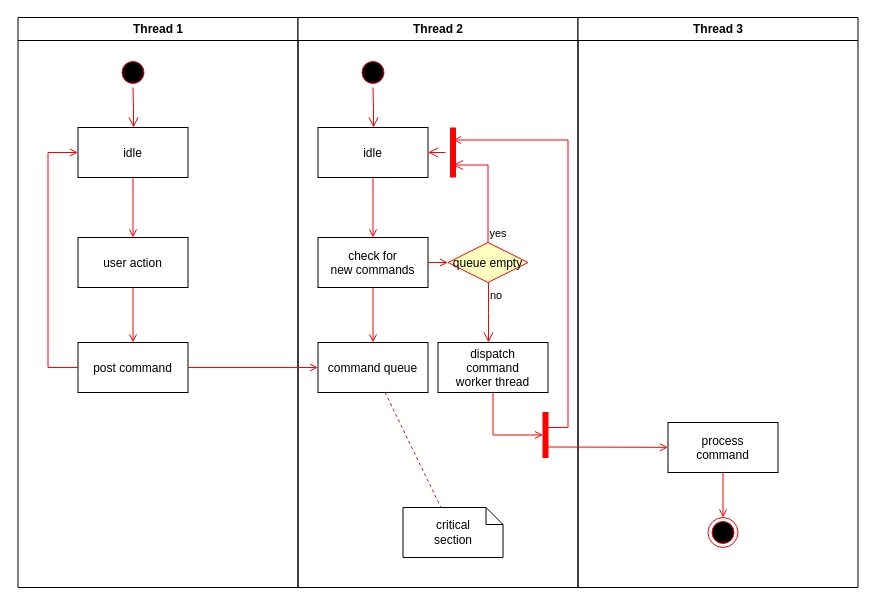
Before: Diagrama sin título.drawio in hegisa00/Diagramas, a draw.io diagram. Source tidied: cells renumbered, new cells numbered last; positions are measured from the earlier drawing's top-left corner, leaving out a move shared by most shapes. Both pictures are drawn from the tidied source at 100%, with x=0, y=0 at pixel (17, 17).
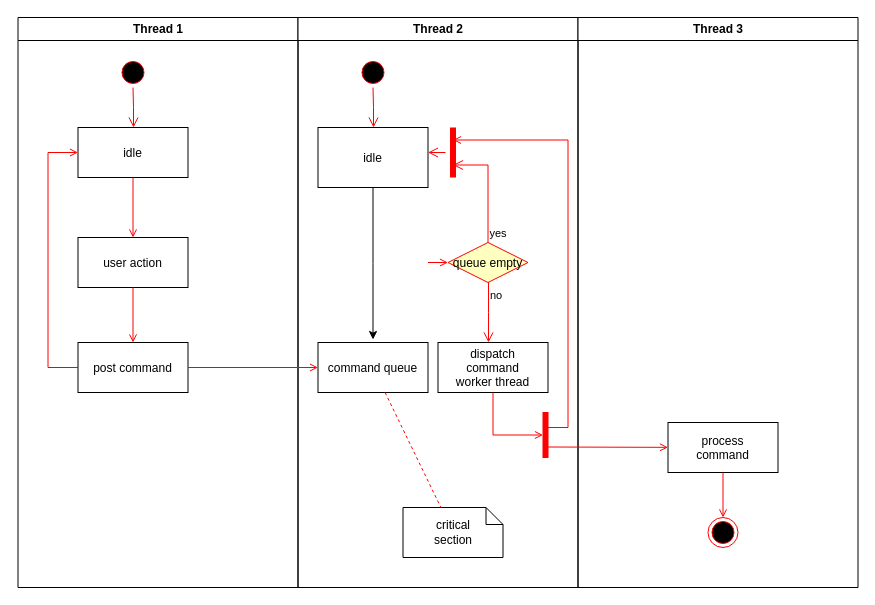
After the change.

The change refers to these unchanged cells:
```xml
<mxCell id="11" value="Thread 2" style="swimlane;whiteSpace=wrap;" parent="1" vertex="1">
  <mxGeometry x="280.5" width="280" height="570" as="geometry" />
</mxCell>
<mxCell id="17" value="command queue" parent="11" vertex="1">
  <mxGeometry x="20" y="325" width="110" height="50" as="geometry" />
</mxCell>
<mxCell id="19" value="queue empty" style="rhombus;fillColor=#ffffc0;strokeColor=#ff0000;" parent="11" vertex="1">
  <mxGeometry x="150" y="225" width="80" height="40" as="geometry" />
</mxCell>
```

Change to the diagram source:
```diff
@@
+    <mxCell id="37" style="edgeStyle=orthogonalEdgeStyle;rounded=0;jettySize=auto;html=1;" parent="11" edge="1" source="14">
+      <mxGeometry relative="1" as="geometry">
+        <mxPoint x="75" y="322" as="targetPoint" />
+      </mxGeometry>
+    </mxCell>
     <mxCell id="14" value="idle" parent="11" vertex="1">
-      <mxGeometry x="20" y="110" width="110" height="50" as="geometry" />
+      <mxGeometry x="20" y="110" width="110" height="60" as="geometry" />
     </mxCell>
-    <mxCell id="15" value="check for &#10;new commands" parent="11" vertex="1">
-      <mxGeometry x="20" y="220" width="110" height="50" as="geometry" />
-    </mxCell>
-    <mxCell id="16" style="endArrow=open;strokeColor=#FF0000;endFill=1;rounded=0;" parent="11" edge="1" source="14" target="15">
-      <mxGeometry relative="1" as="geometry" />
-    </mxCell>
@@
-    <mxCell id="18" style="endArrow=open;strokeColor=#FF0000;endFill=1;rounded=0;" parent="11" edge="1" source="15" target="17">
-      <mxGeometry relative="1" as="geometry" />
-    </mxCell>
@@
-    <mxCell id="22" style="endArrow=open;strokeColor=#FF0000;endFill=1;rounded=0;" parent="11" edge="1" source="15" target="19">
-      <mxGeometry relative="1" as="geometry" />
+    <mxCell id="22" style="endArrow=open;strokeColor=#FF0000;endFill=1;rounded=0;" parent="11" edge="1" target="19">
+      <mxGeometry relative="1" as="geometry">
+        <mxPoint x="130" y="245" as="sourcePoint" />
+      </mxGeometry>
     </mxCell>
```
